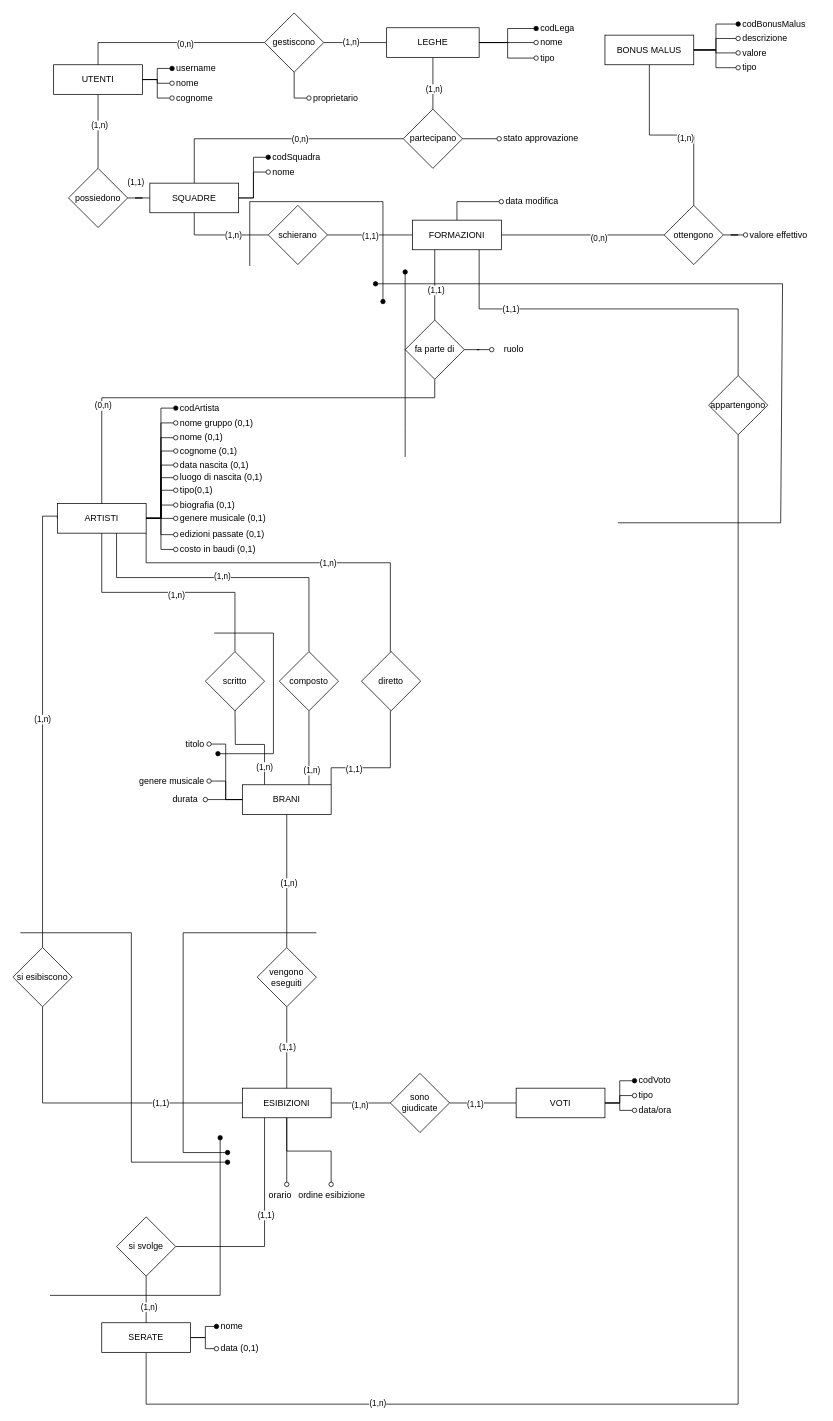
Above: progetto_esame/consegna_luglio/ParteI/schema_ER_ristrutturato.drawio in RaphyJake/Basi-di-dati (draw.io), before the change. Source tidied: cells renumbered, new cells numbered last; positions are measured from the earlier drawing's top-left corner, leaving out a move shared by most shapes. Both pictures are drawn from the tidied source at 74%, with x=0, y=0 at pixel (13, 13).
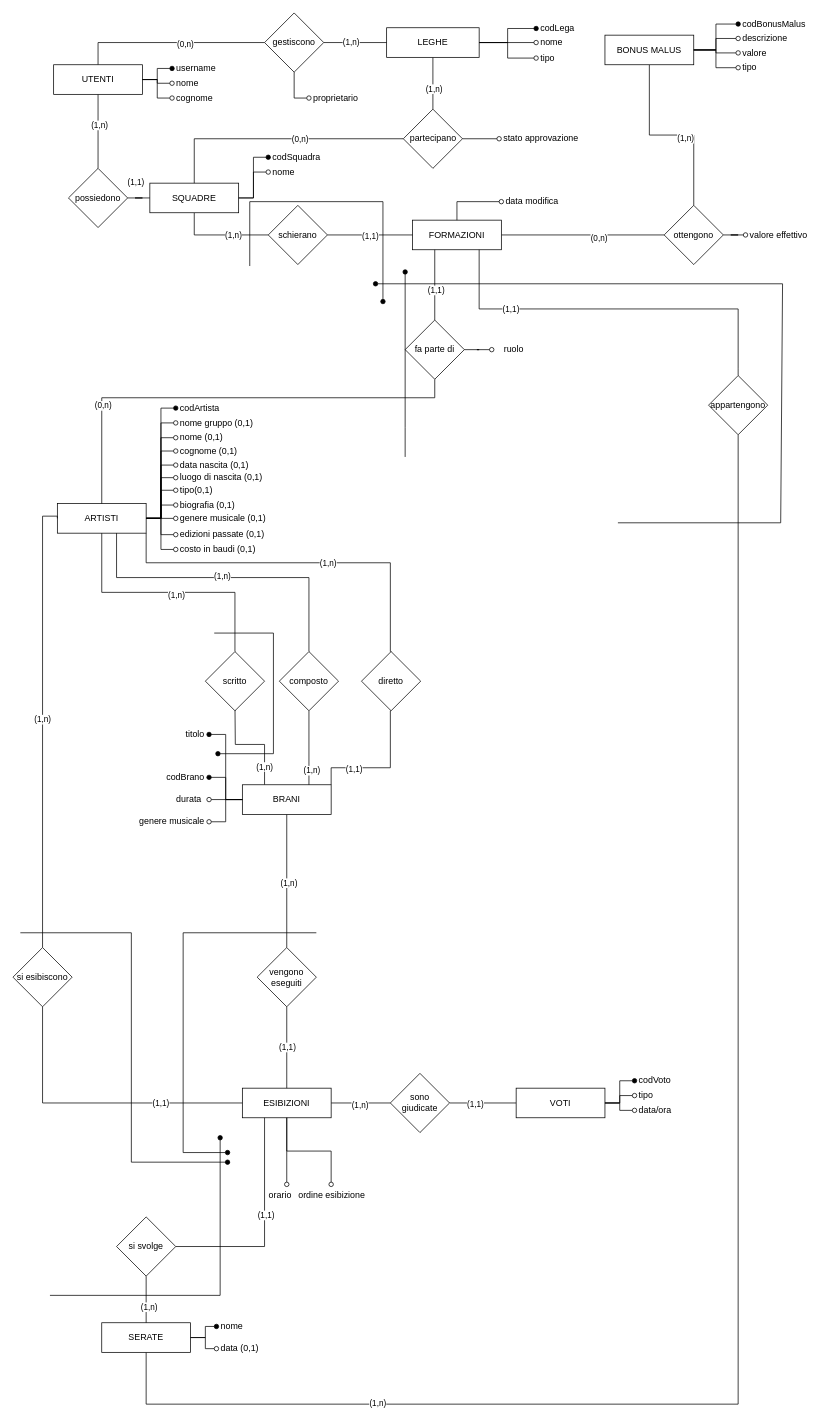
After the change.

The change refers to these unchanged cells:
```xml
<mxCell id="13" value="BRANI" style="rounded=0;whiteSpace=wrap;html=1;" parent="1" vertex="1">
  <mxGeometry x="310" y="1043" width="120" height="40" as="geometry" />
</mxCell>
```

Diff of the diagram source:
```diff
@@
-    <mxCell id="14" style="edgeStyle=orthogonalEdgeStyle;rounded=0;jettySize=auto;html=1;exitX=0;exitY=0.5;exitDx=0;exitDy=0;endArrow=oval;endFill=0;startFill=0;entryX=1;entryY=0.5;entryDx=0;entryDy=0;" parent="1" edge="1" source="13" target="15">
+    <mxCell id="14" style="edgeStyle=orthogonalEdgeStyle;rounded=0;jettySize=auto;html=1;exitX=0;exitY=0.5;exitDx=0;exitDy=0;endArrow=oval;endFill=1;startFill=0;entryX=1;entryY=0.5;entryDx=0;entryDy=0;" parent="1" edge="1" source="13" target="15">
       <mxGeometry relative="1" as="geometry" />
     </mxCell>
     <mxCell id="15" value="titolo" style="text;html=1;align=right;verticalAlign=middle;whiteSpace=wrap;rounded=0;spacingLeft=4;spacingRight=4;" parent="1" vertex="1">
-      <mxGeometry x="205" y="973" width="60" height="30" as="geometry" />
+      <mxGeometry x="205" y="960" width="60" height="30" as="geometry" />
     </mxCell>
@@
     <mxCell id="17" value="durata" style="text;html=1;align=left;verticalAlign=middle;whiteSpace=wrap;rounded=0;spacingLeft=4;" parent="1" vertex="1">
-      <mxGeometry x="210" y="1048" width="50" height="30" as="geometry" />
+      <mxGeometry x="215" y="1048" width="50" height="30" as="geometry" />
     </mxCell>
@@
     <mxCell id="19" value="genere musicale" style="text;html=1;align=right;verticalAlign=middle;whiteSpace=wrap;rounded=0;spacingLeft=4;spacingRight=4;" parent="1" vertex="1">
-      <mxGeometry x="135" y="1023" width="130" height="30" as="geometry" />
+      <mxGeometry x="135" y="1078" width="130" height="30" as="geometry" />
     </mxCell>
@@
+    <mxCell id="165" style="edgeStyle=orthogonalEdgeStyle;rounded=0;jettySize=auto;html=1;endArrow=oval;endFill=1;exitX=0;exitY=0.5;exitDx=0;exitDy=0;" parent="1" edge="1" source="13" target="166">
+      <mxGeometry relative="1" as="geometry" />
+    </mxCell>
+    <mxCell id="166" value="codBrano" style="text;html=1;align=right;verticalAlign=middle;whiteSpace=wrap;rounded=0;spacingLeft=4;spacingRight=4;" parent="1" vertex="1">
+      <mxGeometry x="190" y="1018" width="75" height="30" as="geometry" />
+    </mxCell>
```
